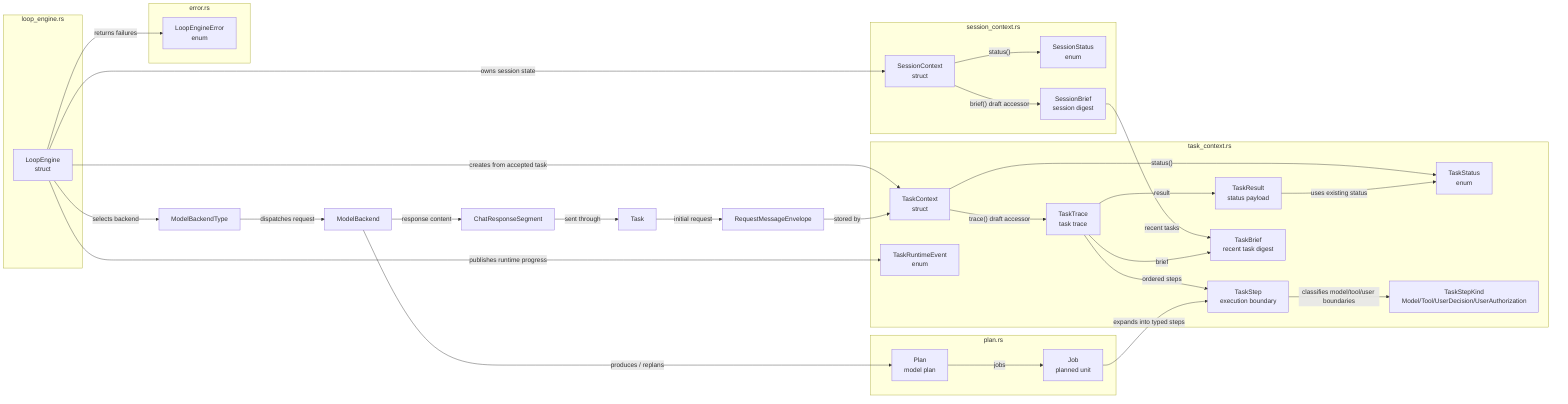
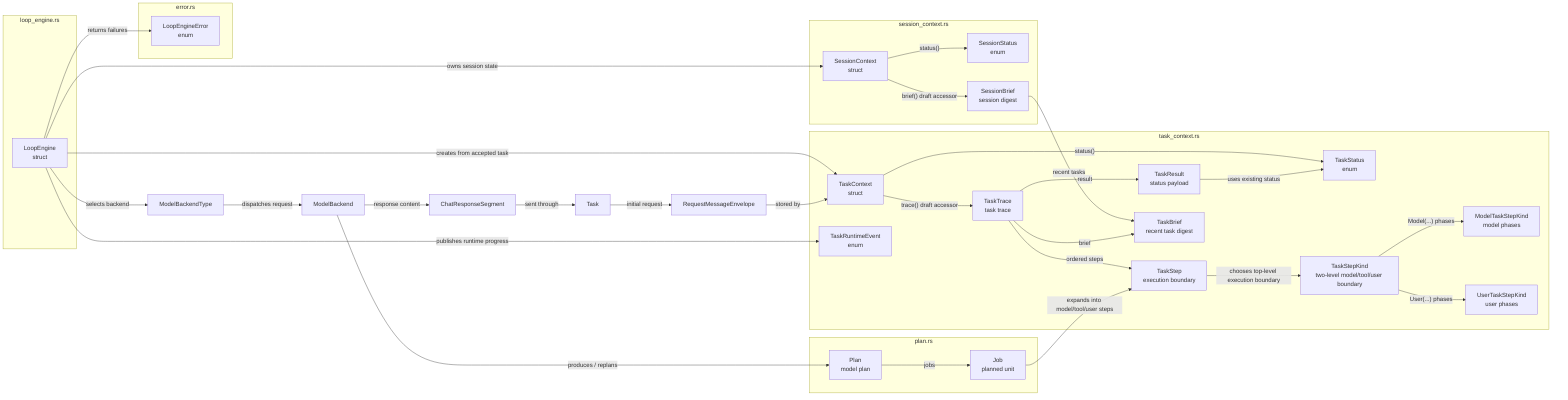
flowchart LR
  subgraph loop_engine_rs["loop_engine.rs"]
    LoopEngine["LoopEngine\nstruct"]
  end

  subgraph session_context_rs["session_context.rs"]
    SessionContext["SessionContext\nstruct"]
    SessionStatus["SessionStatus\nenum"]
    SessionBrief["SessionBrief\nsession digest"]
  end

  subgraph task_context_rs["task_context.rs"]
    TaskContext["TaskContext\nstruct"]
    TaskStatus["TaskStatus\nenum"]
    TaskRuntimeEvent["TaskRuntimeEvent\nenum"]
    TaskTrace["TaskTrace\ntask trace"]
    TaskStep["TaskStep\nexecution boundary"]
-     TaskStepKind["TaskStepKind\nModel/Tool/UserDecision/UserAuthorization"]
+     TaskStepKind["TaskStepKind\ntwo-level model/tool/user boundary"]
+     ModelTaskStepKind["ModelTaskStepKind\nmodel phases"]
+     UserTaskStepKind["UserTaskStepKind\nuser phases"]
    TaskResult["TaskResult\nstatus payload"]
    TaskBrief["TaskBrief\nrecent task digest"]
  end

  subgraph plan_rs["plan.rs"]
    Plan["Plan\nmodel plan"]
    Job["Job\nplanned unit"]
  end

  subgraph error_rs["error.rs"]
    LoopEngineError["LoopEngineError\nenum"]
  end

  Task["Task"]
  RequestMessageEnvelope["RequestMessageEnvelope"]
  ModelBackendType["ModelBackendType"]
  ModelBackend["ModelBackend"]
  ChatResponseSegment["ChatResponseSegment"]

  LoopEngine -->|"owns session state"| SessionContext
  SessionContext -->|"status()"| SessionStatus
  SessionContext -->|"brief() draft accessor"| SessionBrief
  SessionBrief -->|"recent tasks"| TaskBrief
  LoopEngine -->|"creates from accepted task"| TaskContext
  Task -->|"initial request"| RequestMessageEnvelope
  RequestMessageEnvelope -->|"stored by"| TaskContext
  TaskContext -->|"status()"| TaskStatus
  TaskContext -->|"trace() draft accessor"| TaskTrace
  TaskTrace -->|"ordered steps"| TaskStep
-   TaskStep -->|"classifies model/tool/user boundaries"| TaskStepKind
+   TaskStep -->|"chooses top-level execution boundary"| TaskStepKind
+   TaskStepKind -->|"Model(...) phases"| ModelTaskStepKind
+   TaskStepKind -->|"User(...) phases"| UserTaskStepKind
  TaskTrace -->|"result"| TaskResult
  TaskTrace -->|"brief"| TaskBrief
  TaskResult -->|"uses existing status"| TaskStatus
  LoopEngine -->|"publishes runtime progress"| TaskRuntimeEvent
  LoopEngine -->|"selects backend"| ModelBackendType
  ModelBackendType -->|"dispatches request"| ModelBackend
  ModelBackend -->|"response content"| ChatResponseSegment
  ModelBackend -->|"produces / replans"| Plan
  Plan -->|"jobs"| Job
-   Job -->|"expands into typed steps"| TaskStep
+   Job -->|"expands into model/tool/user steps"| TaskStep
  ChatResponseSegment -->|"sent through"| Task
  LoopEngine -->|"returns failures"| LoopEngineError
